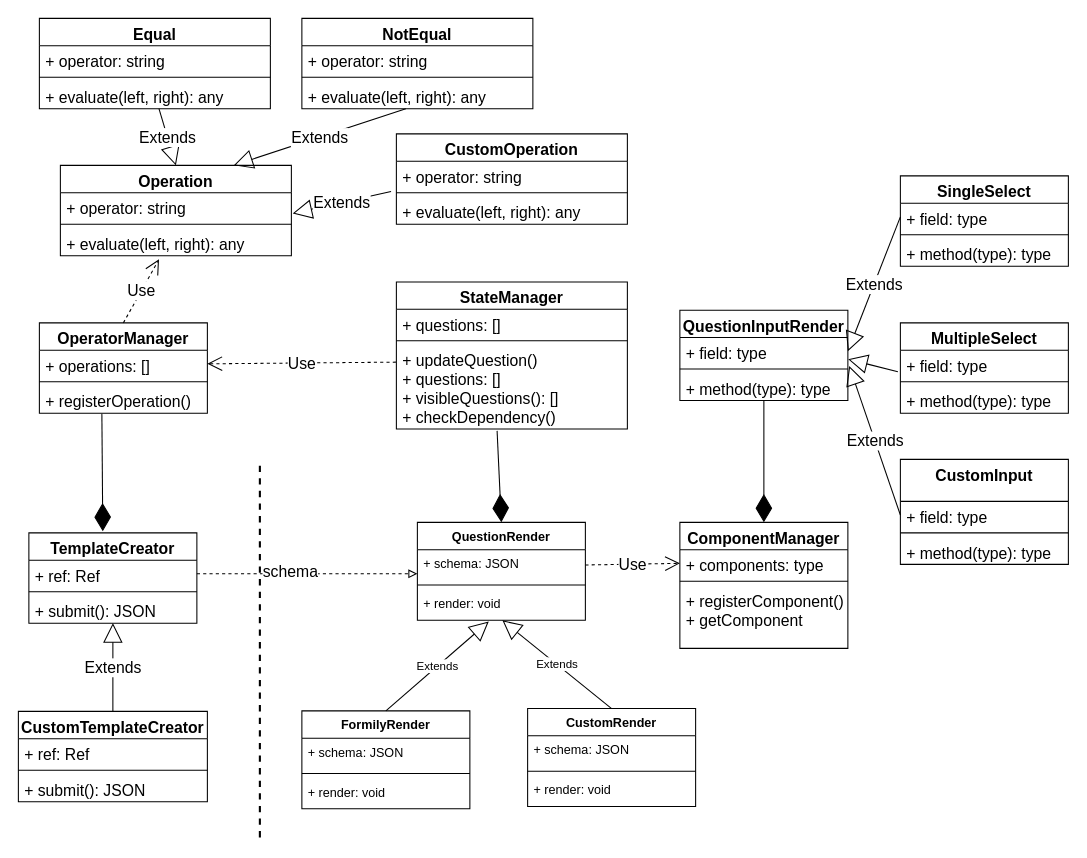
Earlier version of the draw.io diagram Questionnaire.drawio (shuangquanhuang/drawio). Source tidied: cells renumbered, new cells numbered last; positions are measured from the earlier drawing's top-left corner, leaving out a move shared by most shapes. Both pictures are drawn from the tidied source at 105%, with x=0, y=0 at pixel (18, 18).
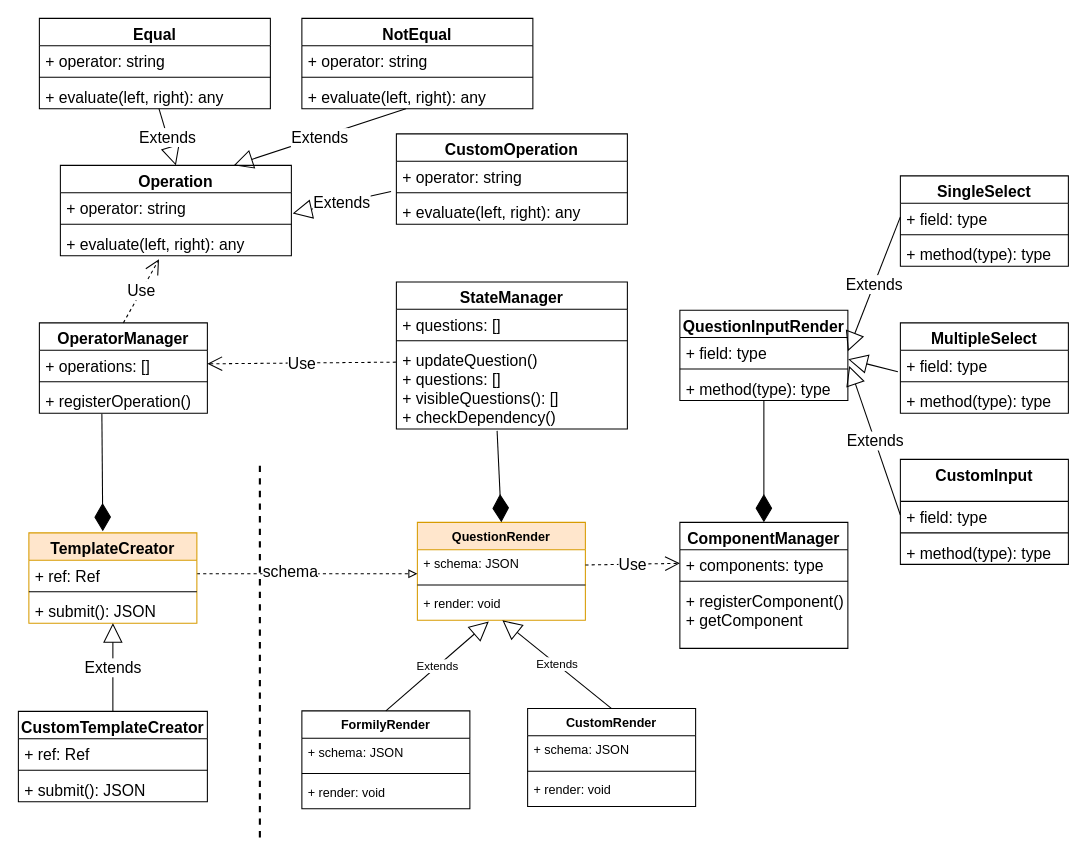
The same page after the edit.

The change refers to these unchanged cells:
```xml
<mxCell id="3" style="group;" parent="1" vertex="1">
  <mxGeometry x="270" y="480" width="375" height="276" as="geometry" />
</mxCell>
```

The edit, as a diff of the source:
```diff
@@
-    <mxCell id="4" value="QuestionRender" style="swimlane;fontStyle=1;align=center;verticalAlign=top;horizontal=1;startSize=26;" parent="3" vertex="1">
+    <mxCell id="4" value="QuestionRender" style="swimlane;fontStyle=1;align=center;verticalAlign=top;horizontal=1;startSize=26;fillColor=#ffe6cc;strokeColor=#d79b00;" parent="3" vertex="1">
       <mxGeometry x="110" width="160" height="93.3" as="geometry" />
     </mxCell>
@@
-    <mxCell id="43" value="TemplateCreator" style="swimlane;fontStyle=1;align=center;verticalAlign=top;horizontal=1;startSize=26;fontSize=15;" parent="1" vertex="1">
+    <mxCell id="43" value="TemplateCreator" style="swimlane;fontStyle=1;align=center;verticalAlign=top;horizontal=1;startSize=26;fontSize=15;fillColor=#ffe6cc;strokeColor=#d79b00;" parent="1" vertex="1">
       <mxGeometry x="10" y="490" width="160" height="86" as="geometry" />
     </mxCell>
```
